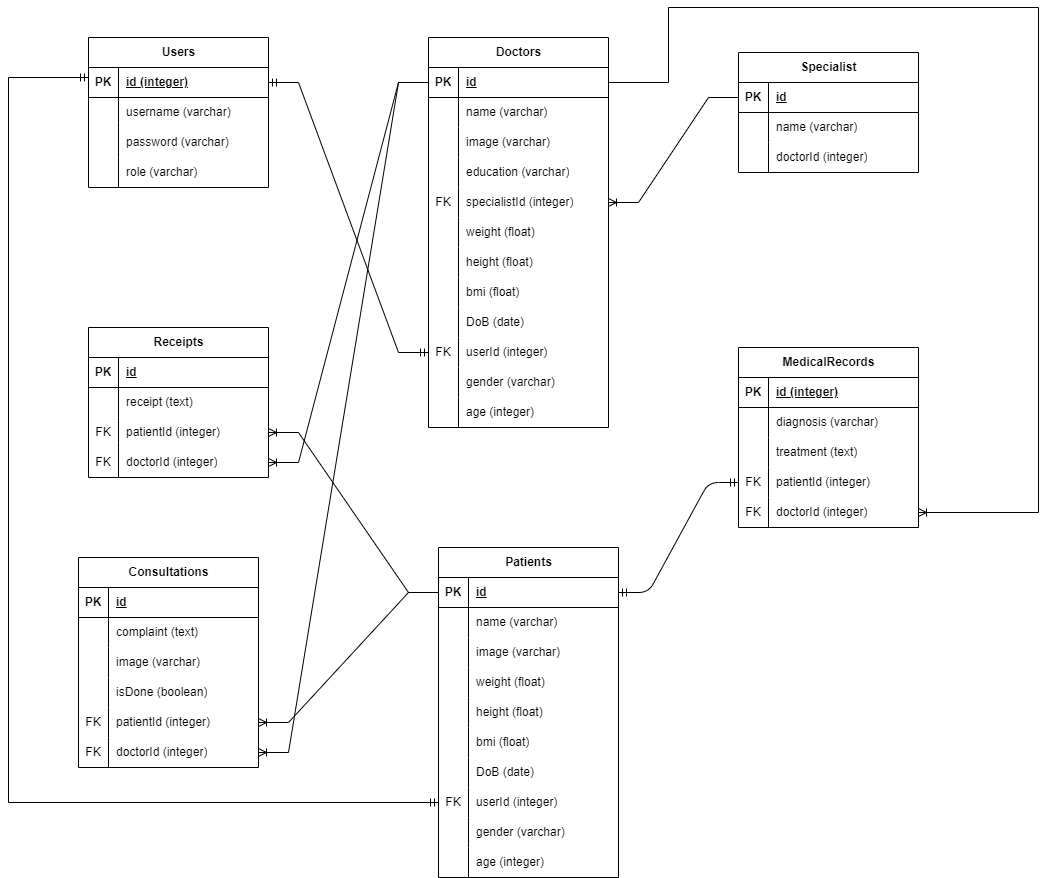
The draw.io diagram erd/erd.drawio.png in jeremyangga/healthapp, before a commit. Source tidied: cells renumbered, new cells last; positions are measured from the earlier drawing's top-left corner, leaving out a move shared by most shapes.
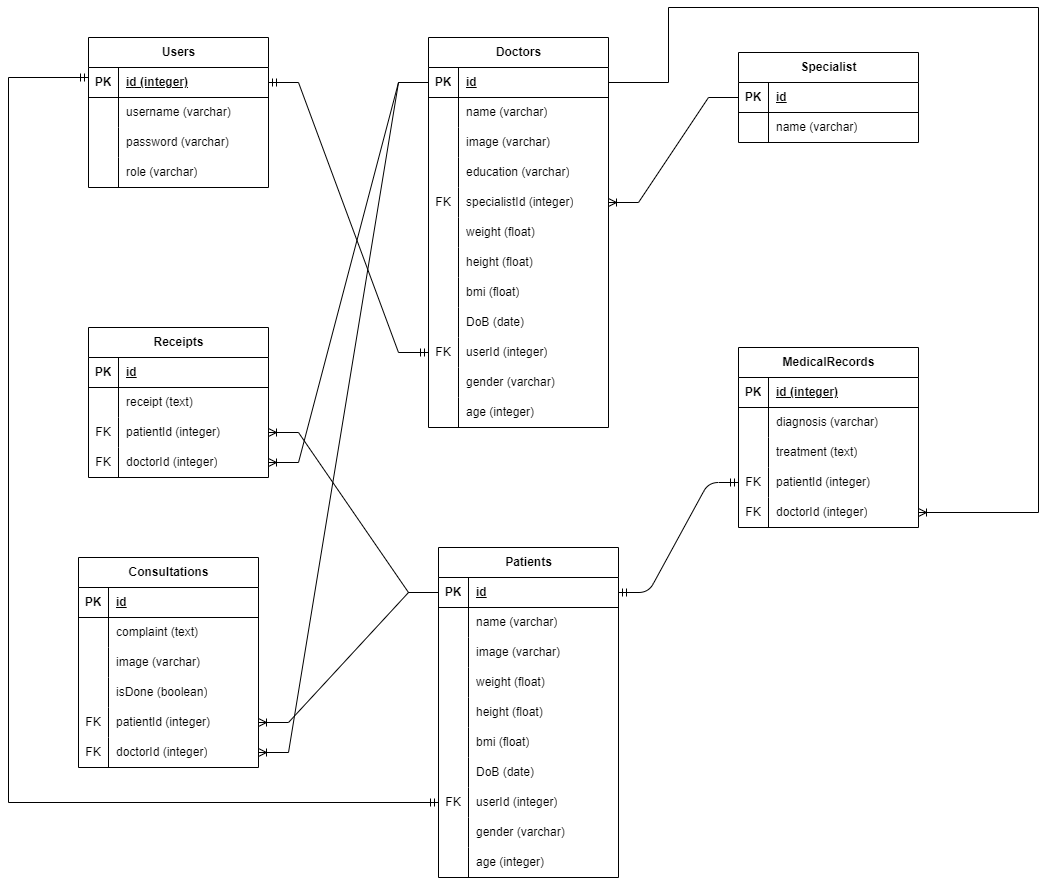
The same file after the commit.

The edit, as a diff of the source:
```diff
@@ -153,7 +153,7 @@
       <mxGeometry x="30" width="150" height="30" as="geometry" />
     </mxCell>
     <mxCell id="52" value="Specialist" style="shape=table;startSize=30;rowLines=0;fontStyle=1;align=center;html=1;" parent="1" vertex="1">
-      <mxGeometry x="730" y="45" width="180" height="120" as="geometry" />
+      <mxGeometry x="730" y="45" width="180" height="90" as="geometry" />
     </mxCell>
     <mxCell id="53" style="shape=tableRow;horizontal=0;startSize=0;swimlaneHead=0;swimlaneBody=0;fillColor=none;points=[[0,0.5],[1,0.5]];portConstraint=eastwest;top=0;left=0;right=0;bottom=1;" parent="52" vertex="1">
       <mxGeometry y="30" width="180" height="30" as="geometry" />
@@ -173,15 +173,6 @@
     <mxCell id="58" value="name (varchar)" style="shape=partialRectangle;fillColor=none;top=0;left=0;bottom=0;right=0;align=left;spacingLeft=6;overflow=hidden;whiteSpace=wrap;html=1;" parent="56" vertex="1">
       <mxGeometry x="30" width="150" height="30" as="geometry" />
     </mxCell>
-    <mxCell id="59" style="shape=tableRow;horizontal=0;startSize=0;swimlaneHead=0;swimlaneBody=0;fillColor=none;top=0;left=0;right=0;bottom=0;" parent="52" vertex="1">
-      <mxGeometry y="90" width="180" height="30" as="geometry" />
-    </mxCell>
-    <mxCell id="60" style="shape=partialRectangle;fillColor=none;top=0;left=0;bottom=0;right=0;overflow=hidden;whiteSpace=wrap;html=1;" parent="59" vertex="1">
-      <mxGeometry width="30" height="30" as="geometry" />
-    </mxCell>
-    <mxCell id="61" value="doctorId (integer)" style="shape=partialRectangle;fillColor=none;top=0;left=0;bottom=0;right=0;align=left;spacingLeft=6;overflow=hidden;whiteSpace=wrap;html=1;" parent="59" vertex="1">
-      <mxGeometry x="30" width="150" height="30" as="geometry" />
-    </mxCell>
     <mxCell id="62" value="Patients" style="shape=table;startSize=30;rowLines=0;fontStyle=1;align=center;html=1;" parent="1" vertex="1">
       <mxGeometry x="430" y="540" width="180" height="330" as="geometry" />
     </mxCell>
```
